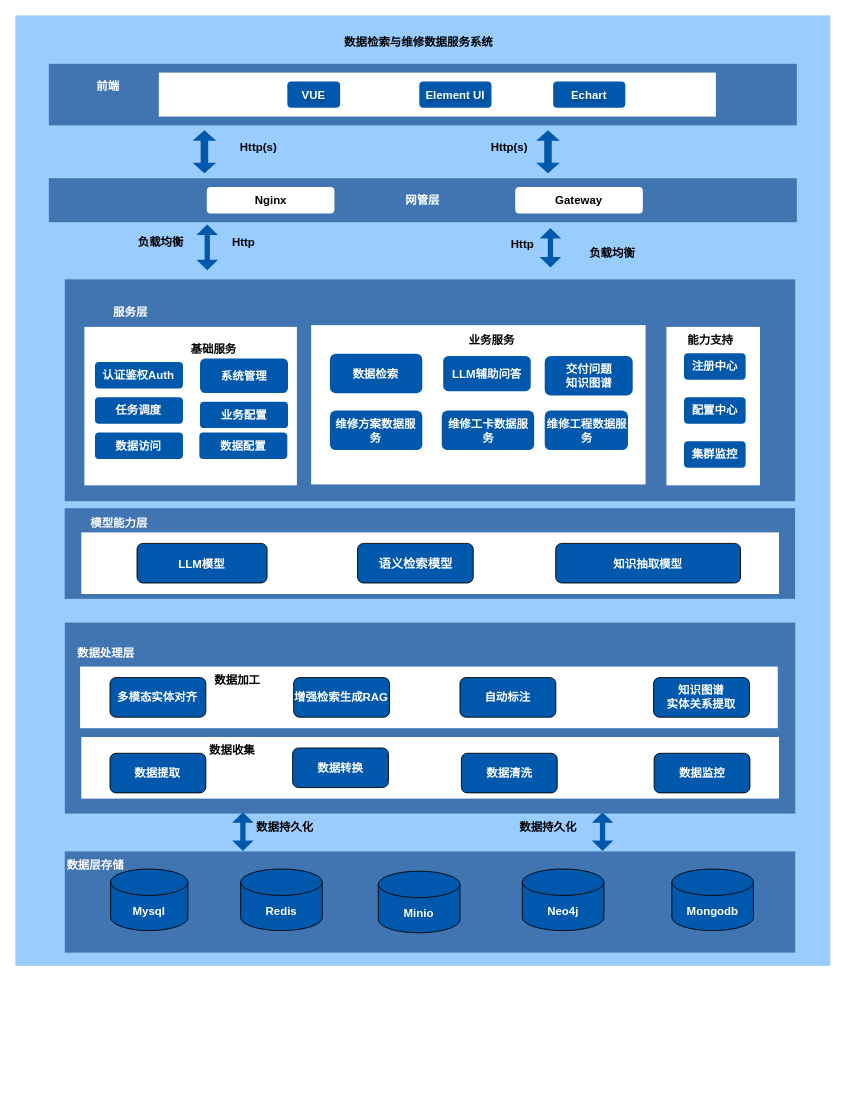
DemonHan/KuickBuy keeps this draw.io diagram as 数据检索与维修数据服/数据检索与维修数据服务技术架构图.drawio. Above is the earlier version. Source tidied: cells renumbered, new cells numbered last; positions are measured from the earlier drawing's top-left corner, leaving out a move shared by most shapes. Both pictures are drawn from the tidied source at 88%, with x=0, y=0 at pixel (15, 15).
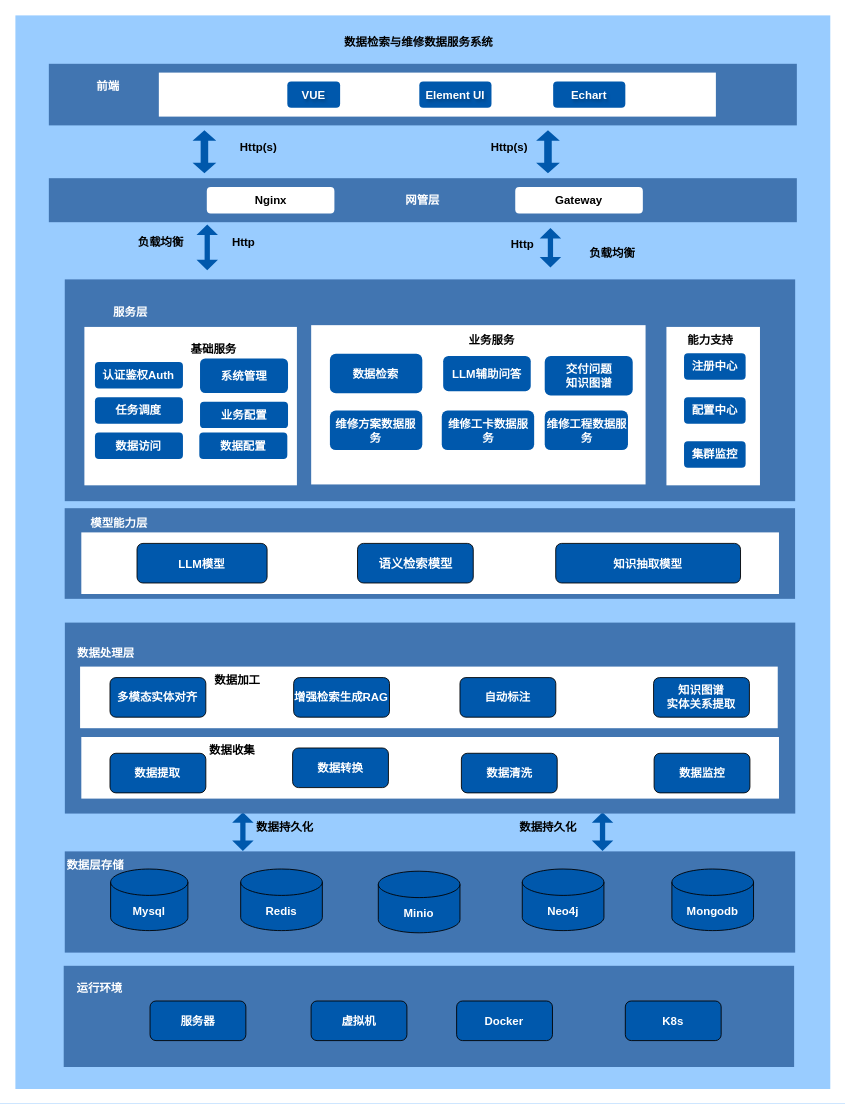
Above is the later version.

Commit message:
更新数据检索与维修数据服务技术架构图.drawio

What changed in the source:
```diff
@@
     <mxCell id="2" style="rounded=0;whiteSpace=wrap;html=1;fillColor=#99CCFF;strokeColor=none;" parent="1" vertex="1">
-      <mxGeometry width="926" height="1080" as="geometry" />
+      <mxGeometry width="926" height="1220" as="geometry" />
     </mxCell>
@@
+    <mxCell id="79" style="rounded=0;whiteSpace=wrap;html=1;fillColor=#4175B1;strokeColor=none;" parent="1" vertex="1">
+      <mxGeometry x="54.9" y="1080" width="830" height="115" as="geometry" />
+    </mxCell>
+    <mxCell id="80" value="运行环境" style="text;html=1;align=center;verticalAlign=middle;whiteSpace=wrap;rounded=0;fontStyle=1;fontSize=13;strokeColor=none;fontColor=#FFFFFF;" parent="1" vertex="1">
+      <mxGeometry x="60.5" y="1090" width="69.8" height="30" as="geometry" />
+    </mxCell>
+    <mxCell id="81" value="服务器" style="rounded=1;whiteSpace=wrap;html=1;fontStyle=1;fontSize=13;strokeColor=default;fillColor=#0058AC;fontColor=#FFFFFF;" parent="1" vertex="1">
+      <mxGeometry x="153" y="1120" width="108.9" height="45" as="geometry" />
+    </mxCell>
+    <mxCell id="82" value="虚拟机" style="rounded=1;whiteSpace=wrap;html=1;fontStyle=1;fontSize=13;strokeColor=default;fillColor=#0058AC;fontColor=#FFFFFF;" parent="1" vertex="1">
+      <mxGeometry x="336" y="1120" width="108.9" height="45" as="geometry" />
+    </mxCell>
+    <mxCell id="83" value="Docker" style="rounded=1;whiteSpace=wrap;html=1;fontStyle=1;fontSize=13;strokeColor=default;fillColor=#0058AC;fontColor=#FFFFFF;" parent="1" vertex="1">
+      <mxGeometry x="501.4" y="1120" width="108.9" height="45" as="geometry" />
+    </mxCell>
+    <mxCell id="84" value="K8s" style="rounded=1;whiteSpace=wrap;html=1;fontStyle=1;fontSize=13;strokeColor=default;fillColor=#0058AC;fontColor=#FFFFFF;" parent="1" vertex="1">
+      <mxGeometry x="693.1" y="1120" width="108.9" height="45" as="geometry" />
+    </mxCell>
```
